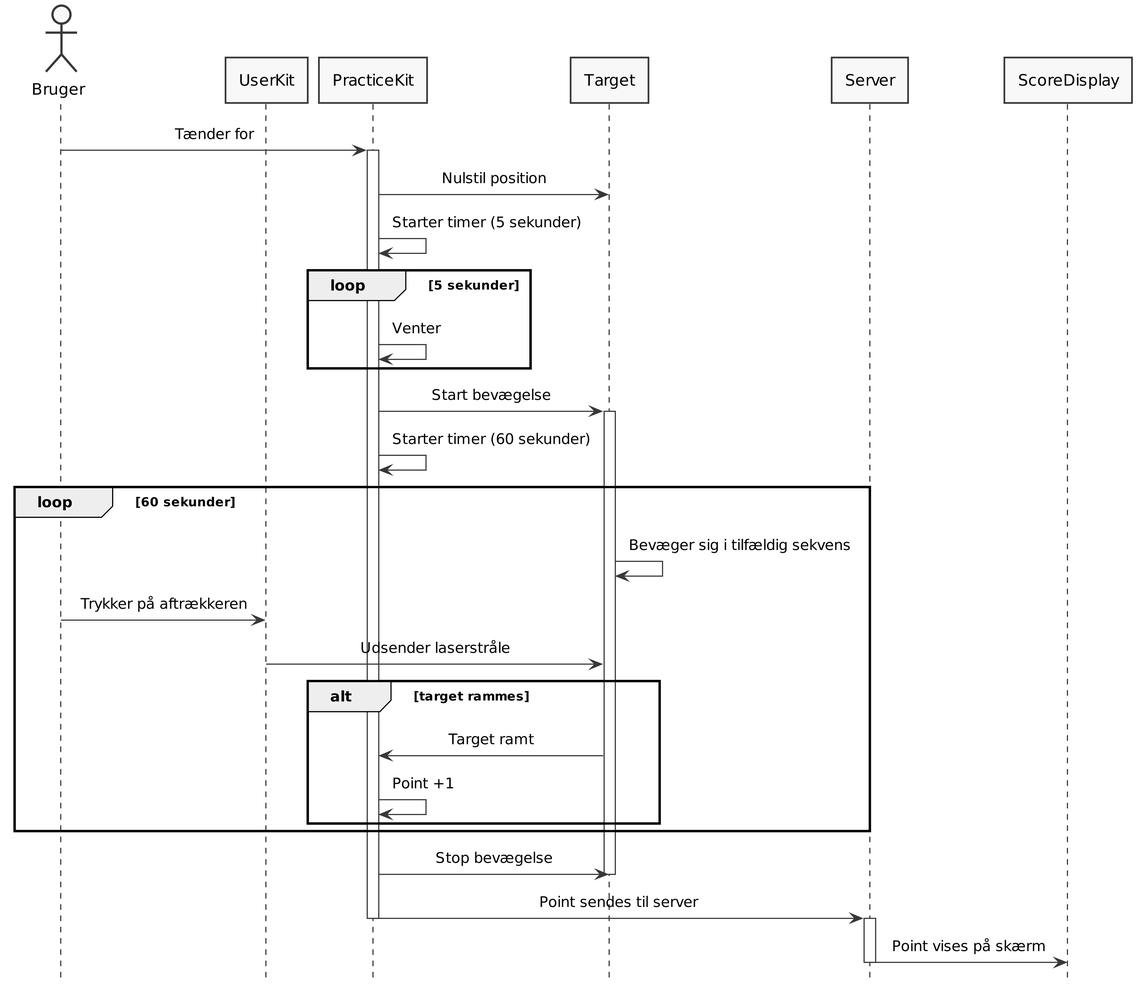
Earlier version of the PlantUML export PlantUML/out/ssd-uc1.png (LasseKrarup/Laser-Tag-Project).
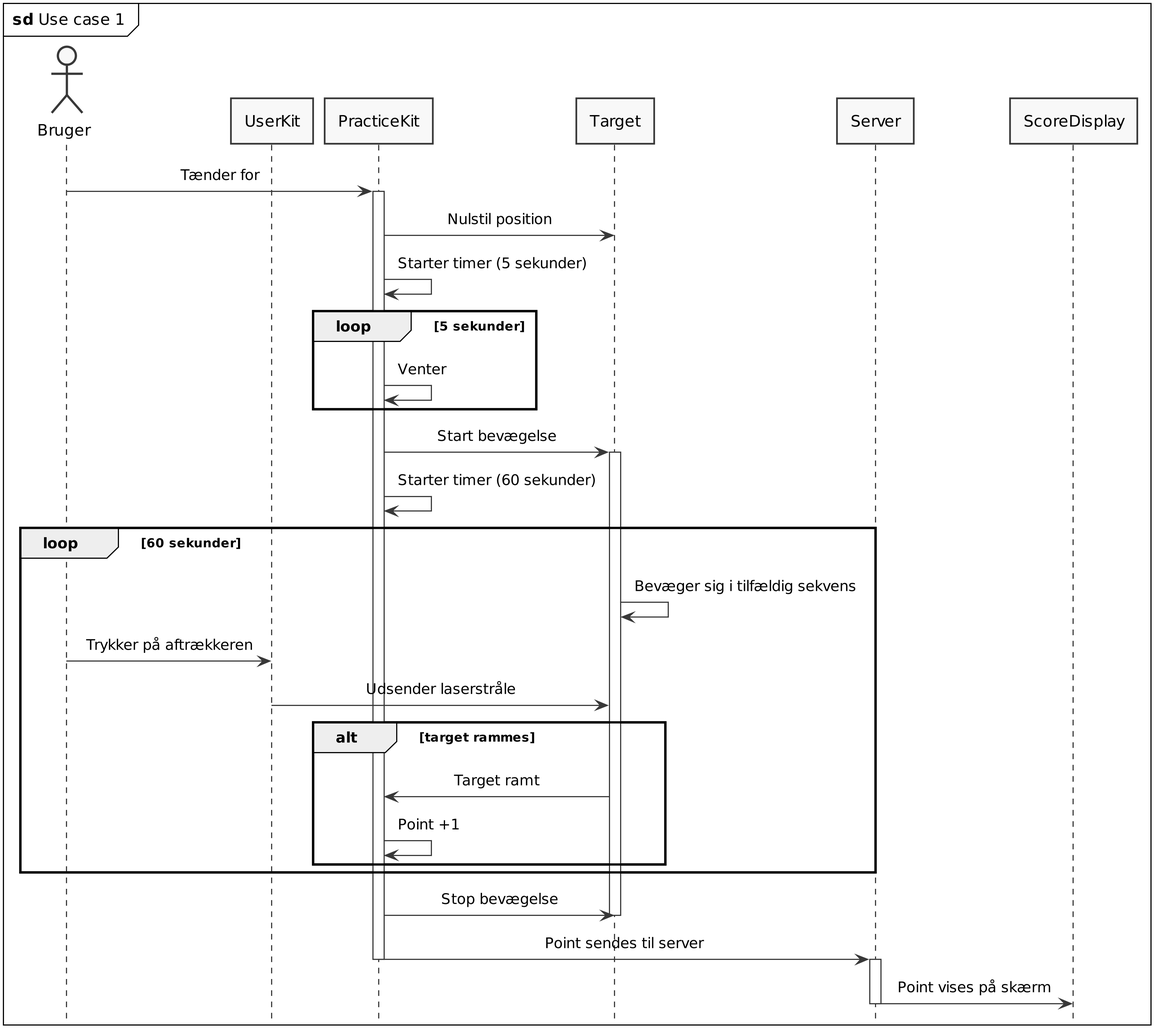
After the commit.

The edit, as a diff of the source:
```diff
@@ -10,6 +10,8 @@
     packageStyle frame
     shadowing false
 }
+
+mainframe **sd** Use case 1
 
 actor Bruger as user
 
```
